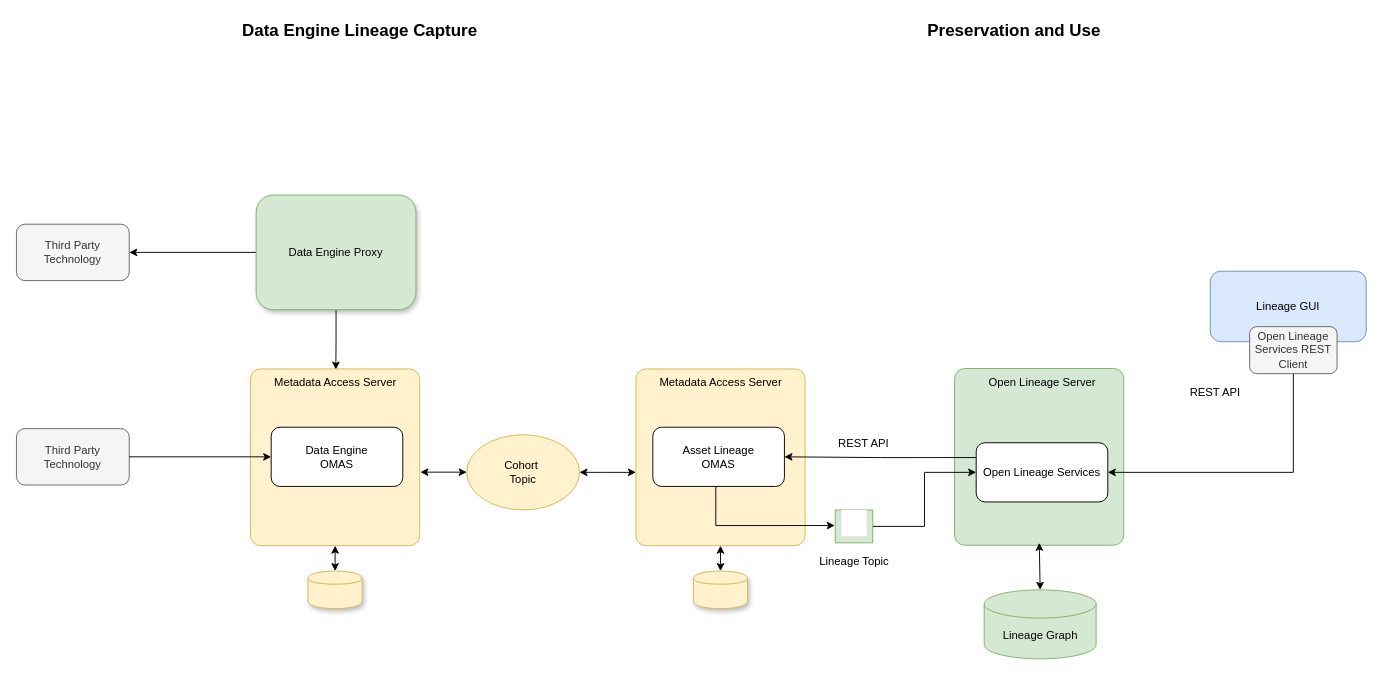
Earlier version of the draw.io diagram page "data-engine-lineage-capture" (1 of 4) of site/docs/features/lineage-management/open-lineage-server.drawio (odpi/egeria-docs). Source tidied: cells renumbered, new cells numbered last; positions are measured from the earlier drawing's top-left corner, leaving out a move shared by most shapes. Both pictures are drawn from the tidied source at 94%, with x=0, y=0 at pixel (16, 16).
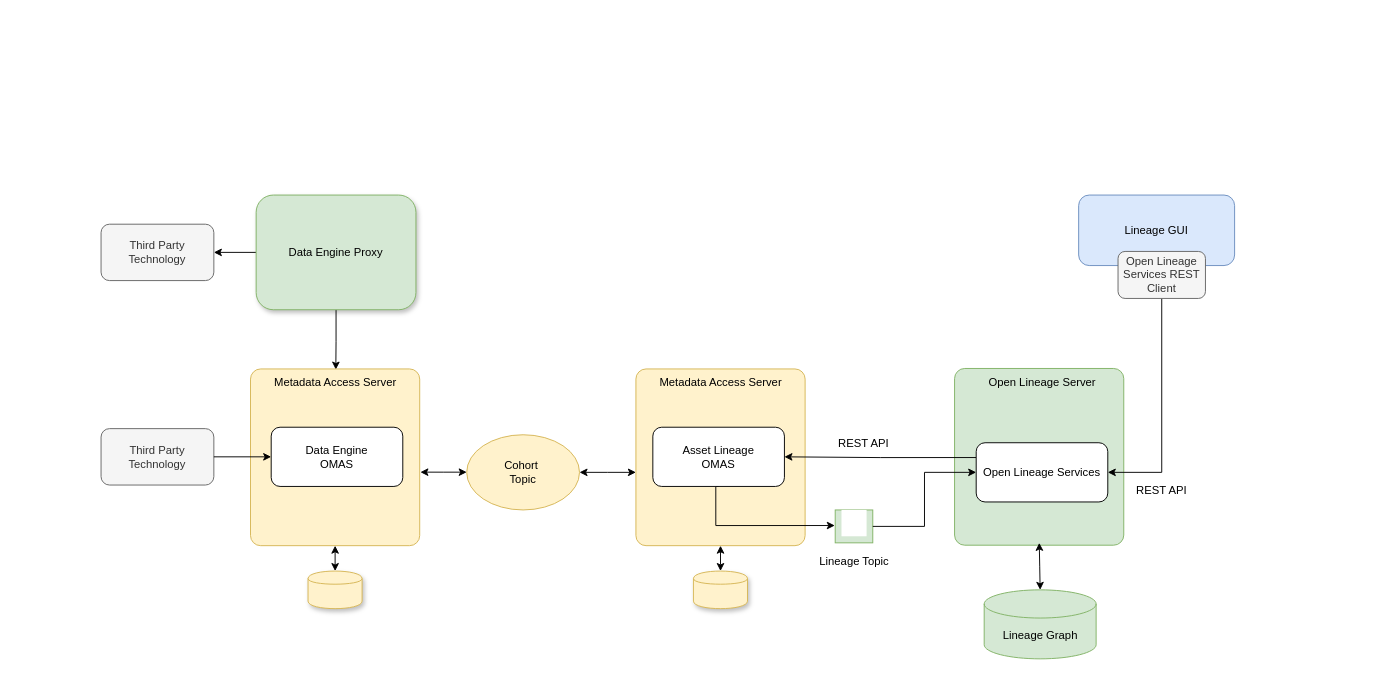
The same diagram, later.

Commit message (it also covers changes not shown here):
Add Open lineage server sections in docs

What changed in the source:
```diff
@@
     <mxCell id="6" value="Third Party Technology" style="rounded=1;whiteSpace=wrap;html=1;shadow=0;verticalAlign=middle;fillColor=#f5f5f5;strokeColor=#666666;fontColor=#333333;" parent="1" vertex="1">
-      <mxGeometry y="221" width="120" height="60" as="geometry" />
+      <mxGeometry x="90" y="221" width="120" height="60" as="geometry" />
     </mxCell>
     <mxCell id="7" value="Third Party Technology" style="rounded=1;whiteSpace=wrap;html=1;shadow=0;verticalAlign=middle;fillColor=#f5f5f5;strokeColor=#666666;fontColor=#333333;" parent="1" vertex="1">
-      <mxGeometry y="438.5" width="120" height="60" as="geometry" />
+      <mxGeometry x="90" y="438.5" width="120" height="60" as="geometry" />
     </mxCell>
@@
-    <mxCell id="21" value="Preservation and Use" style="text;html=1;align=center;verticalAlign=middle;strokeColor=none;fontSize=18;fontStyle=1;" parent="1" vertex="1">
-      <mxGeometry x="961" width="200" height="30" as="geometry" />
-    </mxCell>
@@
     <mxCell id="30" value="REST API" style="text;html=1;align=center;verticalAlign=middle;strokeColor=none;fillColor=none;" parent="1" vertex="1">
-      <mxGeometry x="1240" y="390" width="70" height="20" as="geometry" />
+      <mxGeometry x="1183.4" y="494" width="70" height="20" as="geometry" />
     </mxCell>
@@
     <mxCell id="32" value="Lineage GUI" style="rounded=1;whiteSpace=wrap;html=1;fillColor=#dae8fc;strokeColor=#6c8ebf;" parent="1" vertex="1">
-      <mxGeometry x="1270" y="271" width="165.9" height="75" as="geometry" />
+      <mxGeometry x="1130" y="190" width="165.9" height="75" as="geometry" />
     </mxCell>
@@
     <mxCell id="34" value="Open Lineage Services REST Client" style="rounded=1;whiteSpace=wrap;html=1;fillColor=#f5f5f5;strokeColor=#666666;fontColor=#333333;" parent="1" vertex="1">
-      <mxGeometry x="1311.9" y="330" width="93" height="50" as="geometry" />
+      <mxGeometry x="1171.9" y="250" width="93" height="50" as="geometry" />
     </mxCell>
-    <mxCell id="35" value="Data Engine Lineage Capture" style="text;html=1;align=center;verticalAlign=middle;strokeColor=none;fontSize=18;fontStyle=1;" parent="1" vertex="1">
-      <mxGeometry x="230" width="270" height="30" as="geometry" />
-    </mxCell>
```
